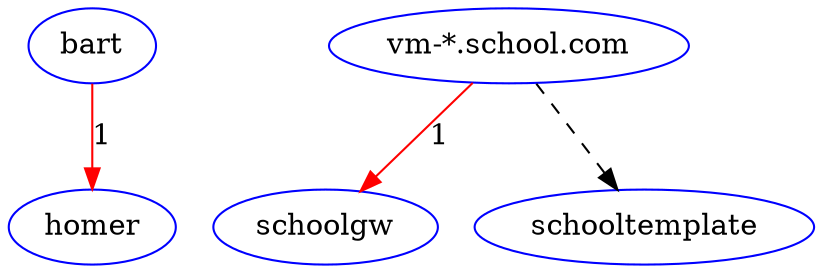
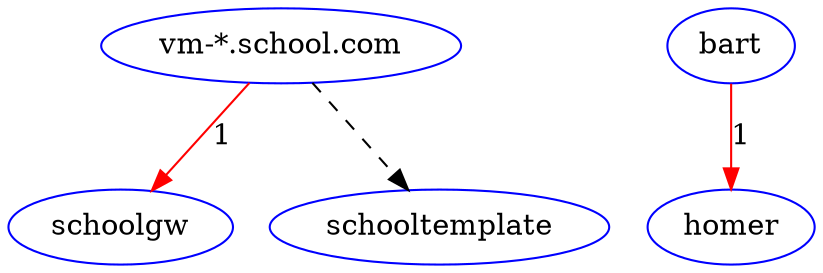
digraph G {
- 	"bart"->"homer"[ color=red, label=1 ];
	"vm-*.school.com"->"schoolgw"[ color=red, label=1 ];
	"vm-*.school.com"->"schooltemplate"[ color=black, style=dashed ];
+ 	"bart"->"homer"[ color=red, label=1 ];
	"bart" [ color=blue ];
	"homer" [ color=blue ];
	"schoolgw" [ color=blue ];
	"schooltemplate" [ color=blue ];
	"vm-*.school.com" [ color=blue ];

}

